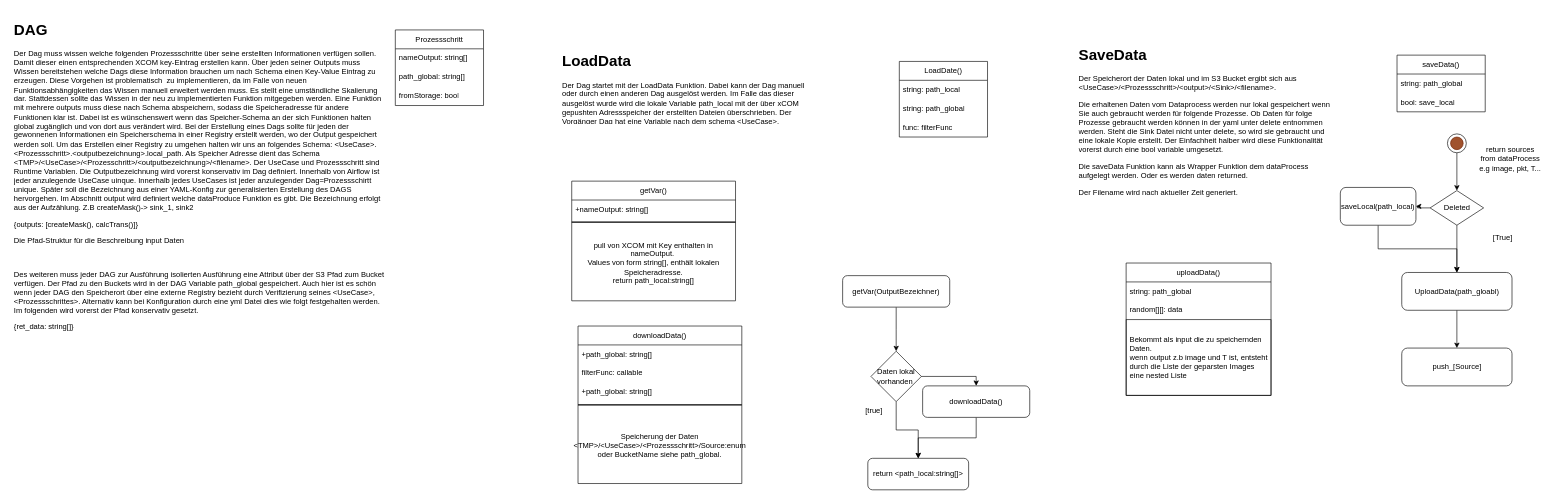
Above: page "Klassenbeschreibungen" (8 of 10) of Segmentierung.drawio in aquamas/diagrams (draw.io), before the change. Source tidied: cells renumbered, new cells numbered last; positions are measured from the earlier drawing's top-left corner, leaving out a move shared by most shapes. Both pictures are drawn from the tidied source at 63%, with x=0, y=0 at pixel (11, 17).
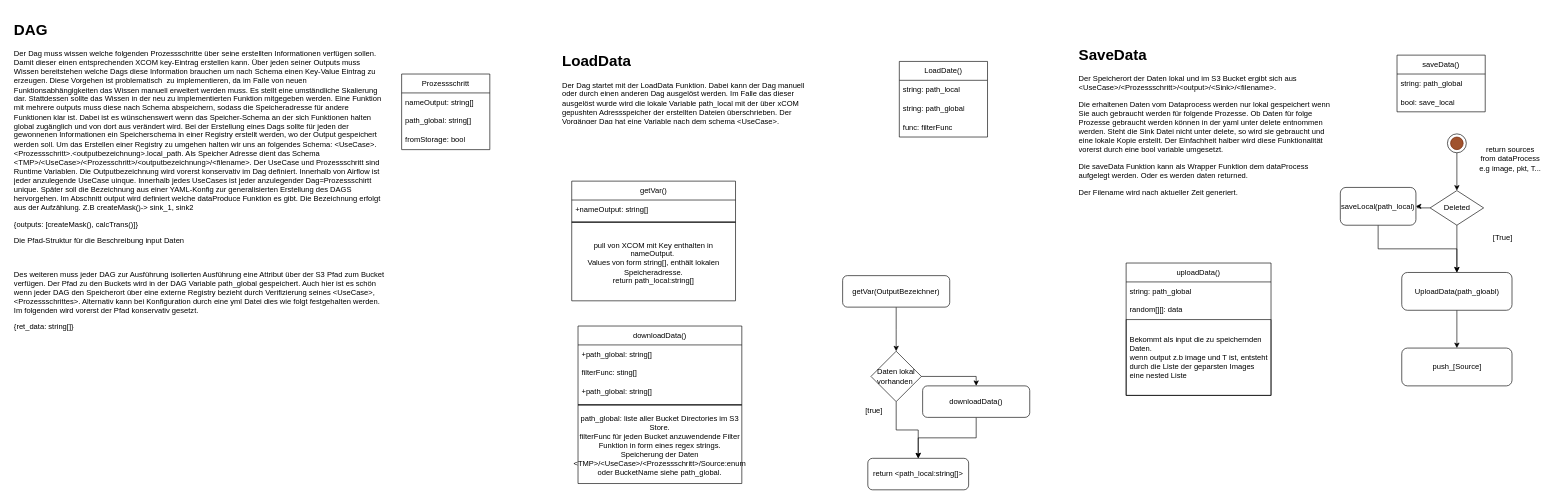
After the change.

The change refers to these unchanged cells:
```xml
<mxCell id="25" value="downloadData()" style="swimlane;fontStyle=0;horizontal=1;startSize=30;whiteSpace=wrap;html=1;" parent="1" vertex="1">
  <mxGeometry x="900" y="490" width="260" height="250" as="geometry" />
</mxCell>
```

The edit, as a diff of the source:
```diff
@@
     <mxCell id="8" value="Prozessschritt" style="swimlane;fontStyle=0;horizontal=1;startSize=30;whiteSpace=wrap;html=1;" parent="1" vertex="1">
-      <mxGeometry x="610" y="20" width="140" height="120" as="geometry" />
+      <mxGeometry x="620" y="90" width="140" height="120" as="geometry" />
     </mxCell>
@@
-    <mxCell id="27" value="filterFunc: callable" style="text;strokeColor=none;fillColor=none;align=left;verticalAlign=middle;spacingLeft=4;spacingRight=4;overflow=hidden;whiteSpace=wrap;html=1;" parent="25" vertex="1">
+    <mxCell id="27" value="filterFunc: sting[]" style="text;strokeColor=none;fillColor=none;align=left;verticalAlign=middle;spacingLeft=4;spacingRight=4;overflow=hidden;whiteSpace=wrap;html=1;" parent="25" vertex="1">
       <mxGeometry y="60" width="260" height="30" as="geometry" />
     </mxCell>
@@
-    <mxCell id="30" value="Speicherung der Daten &amp;lt;TMP&amp;gt;/&amp;lt;UseCase&amp;gt;/&amp;lt;Prozessschritt&amp;gt;/Source:enum oder BucketName siehe path_global." style="text;html=1;strokeColor=none;fillColor=none;align=center;verticalAlign=middle;whiteSpace=wrap;rounded=0;" parent="25" vertex="1">
+    <mxCell id="30" value="path_global: liste aller Bucket Directories im S3 Store.&lt;br&gt;filterFunc für jeden Bucket anzuwendende Filter Funktion in form eines regex strings.&lt;br&gt;Speicherung der Daten &amp;lt;TMP&amp;gt;/&amp;lt;UseCase&amp;gt;/&amp;lt;Prozessschritt&amp;gt;/Source:enum oder BucketName siehe path_global." style="text;html=1;strokeColor=none;fillColor=none;align=center;verticalAlign=middle;whiteSpace=wrap;rounded=0;" parent="25" vertex="1">
       <mxGeometry y="130" width="260" height="120" as="geometry" />
     </mxCell>
```
